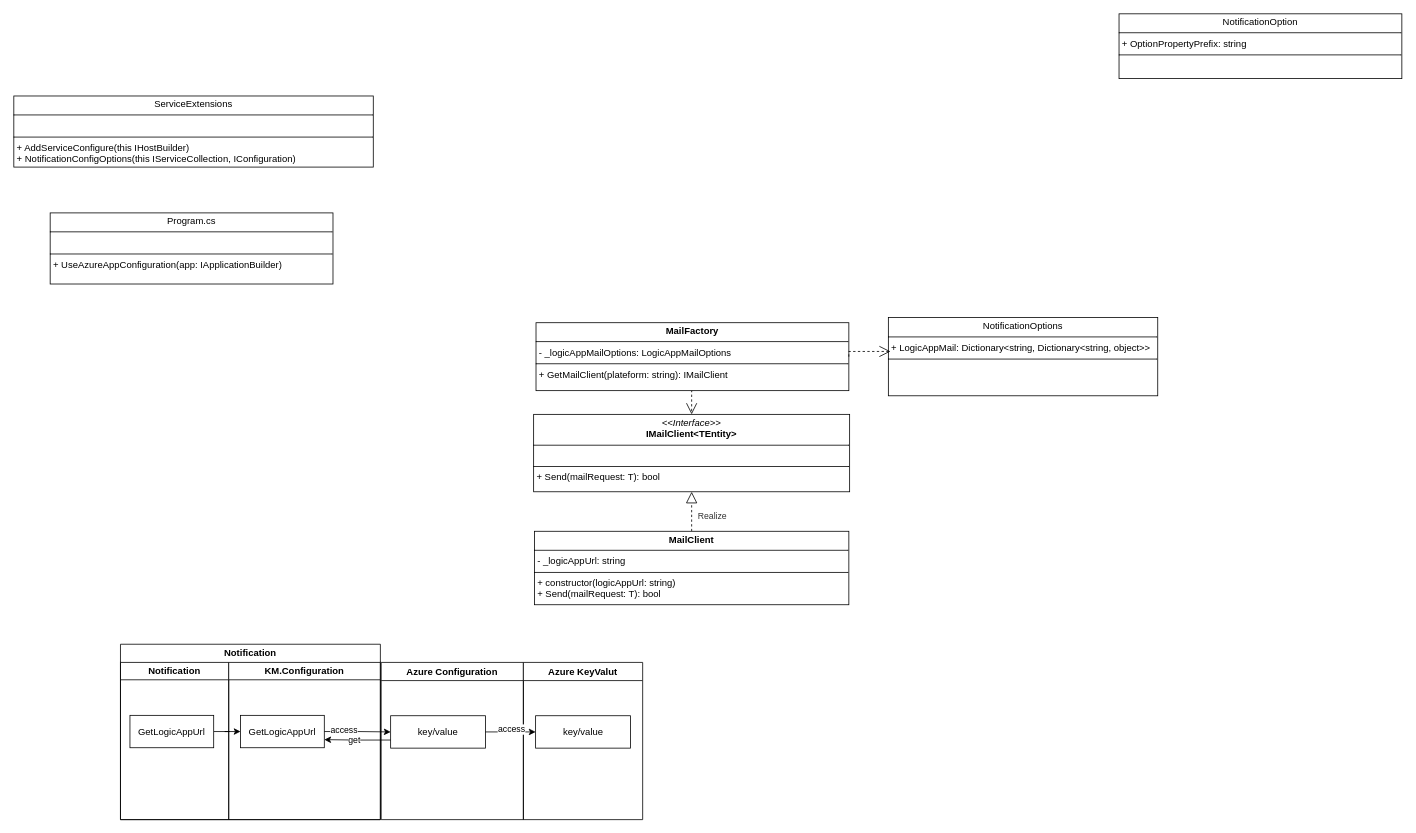
Before: page "Page-13" (13 of 14) of 2.drawio in hy986/Repo_0110, a draw.io diagram. Source tidied: cells renumbered, new cells numbered last; positions are measured from the earlier drawing's top-left corner, leaving out a move shared by most shapes. Both pictures are drawn from the tidied source at 79%, with x=0, y=0 at pixel (13, 13).
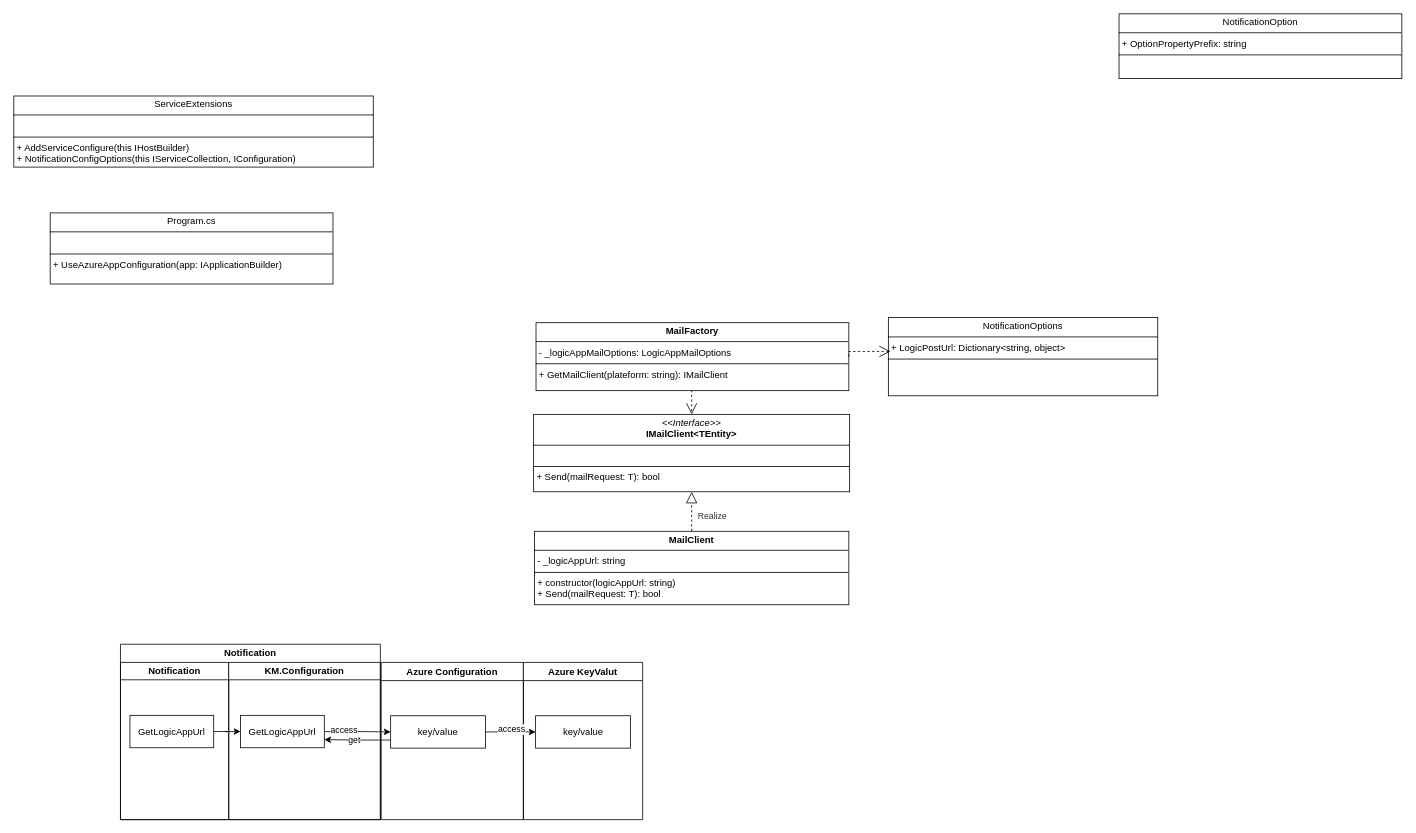
The same diagram, later.

Diff of the diagram source:
```diff
@@
-    <mxCell id="26" value="&lt;p style=&quot;margin:0px;margin-top:4px;text-align:center;&quot;&gt;NotificationOptions&lt;/p&gt;&lt;hr size=&quot;1&quot; style=&quot;border-style:solid;&quot;&gt;&lt;p style=&quot;margin:0px;margin-left:4px;&quot;&gt;&lt;span style=&quot;background-color: initial;&quot;&gt;+ LogicAppMail: Dictionary&amp;lt;string, Dictionary&amp;lt;string, object&amp;gt;&amp;gt;&lt;/span&gt;&lt;/p&gt;&lt;hr size=&quot;1&quot; style=&quot;border-style:solid;&quot;&gt;&lt;p style=&quot;margin:0px;margin-left:4px;&quot;&gt;&lt;br&gt;&lt;/p&gt;" style="verticalAlign=top;align=left;overflow=fill;html=1;whiteSpace=wrap;" parent="1" vertex="1">
+    <mxCell id="26" value="&lt;p style=&quot;margin:0px;margin-top:4px;text-align:center;&quot;&gt;NotificationOptions&lt;/p&gt;&lt;hr size=&quot;1&quot; style=&quot;border-style:solid;&quot;&gt;&lt;p style=&quot;margin:0px;margin-left:4px;&quot;&gt;&lt;span style=&quot;background-color: initial;&quot;&gt;+ LogicPostUrl: Dictionary&amp;lt;string, object&amp;gt;&lt;/span&gt;&lt;/p&gt;&lt;hr size=&quot;1&quot; style=&quot;border-style:solid;&quot;&gt;&lt;p style=&quot;margin:0px;margin-left:4px;&quot;&gt;&lt;br&gt;&lt;/p&gt;" style="verticalAlign=top;align=left;overflow=fill;html=1;whiteSpace=wrap;" parent="1" vertex="1">
       <mxGeometry x="1107" y="384.5" width="341" height="99" as="geometry" />
     </mxCell>
```
